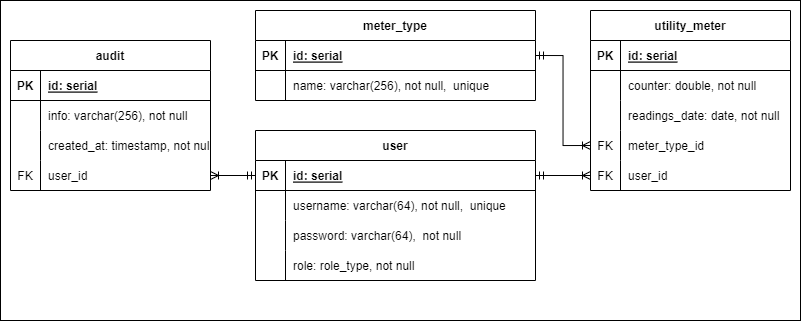
The draw.io diagram src/main/resources/MonitoringERD.png in E6L1PS/monitoring-api, before a commit. Source tidied: cells renumbered, new cells last; positions are measured from the earlier drawing's top-left corner, leaving out a move shared by most shapes.
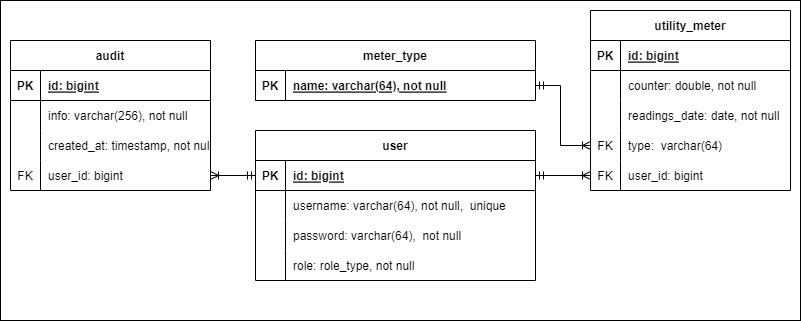
After the change.

Diff of the diagram source:
```diff
@@ -14,7 +14,7 @@
     <mxCell id="5" value="PK" style="shape=partialRectangle;fillColor=none;top=0;left=0;bottom=0;right=0;fontStyle=1;overflow=hidden;" parent="4" vertex="1">
       <mxGeometry width="30" height="30" as="geometry" />
     </mxCell>
-    <mxCell id="6" value="id: serial" style="shape=partialRectangle;fillColor=none;top=0;left=0;bottom=0;right=0;align=left;spacingLeft=6;fontStyle=5;overflow=hidden;" parent="4" vertex="1">
+    <mxCell id="6" value="id: bigint" style="shape=partialRectangle;fillColor=none;top=0;left=0;bottom=0;right=0;align=left;spacingLeft=6;fontStyle=5;overflow=hidden;" parent="4" vertex="1">
       <mxGeometry x="30" width="170" height="30" as="geometry" />
     </mxCell>
     <mxCell id="7" style="shape=tableRow;horizontal=0;startSize=0;swimlaneHead=0;swimlaneBody=0;fillColor=none;top=0;left=0;right=0;bottom=0;" parent="3" vertex="1">
@@ -41,7 +41,7 @@
     <mxCell id="14" value="FK" style="shape=partialRectangle;fillColor=none;top=0;left=0;bottom=0;right=0;overflow=hidden;" parent="13" vertex="1">
       <mxGeometry width="30" height="30" as="geometry" />
     </mxCell>
-    <mxCell id="15" value="user_id" style="shape=partialRectangle;fillColor=none;top=0;left=0;bottom=0;right=0;align=left;spacingLeft=6;overflow=hidden;" parent="13" vertex="1">
+    <mxCell id="15" value="user_id: bigint" style="shape=partialRectangle;fillColor=none;top=0;left=0;bottom=0;right=0;align=left;spacingLeft=6;overflow=hidden;" parent="13" vertex="1">
       <mxGeometry x="30" width="170" height="30" as="geometry" />
     </mxCell>
     <mxCell id="16" value="user" style="shape=table;startSize=30;rowLines=0;fontStyle=1;align=center;" parent="1" vertex="1">
@@ -53,7 +53,7 @@
     <mxCell id="18" value="PK" style="shape=partialRectangle;fillColor=none;top=0;left=0;bottom=0;right=0;fontStyle=1;overflow=hidden;" parent="17" vertex="1">
       <mxGeometry width="30" height="30" as="geometry" />
     </mxCell>
-    <mxCell id="19" value="id: serial" style="shape=partialRectangle;fillColor=none;top=0;left=0;bottom=0;right=0;align=left;spacingLeft=6;fontStyle=5;overflow=hidden;" parent="17" vertex="1">
+    <mxCell id="19" value="id: bigint" style="shape=partialRectangle;fillColor=none;top=0;left=0;bottom=0;right=0;align=left;spacingLeft=6;fontStyle=5;overflow=hidden;" parent="17" vertex="1">
       <mxGeometry x="30" width="250" height="30" as="geometry" />
     </mxCell>
     <mxCell id="20" style="shape=tableRow;horizontal=0;startSize=0;swimlaneHead=0;swimlaneBody=0;fillColor=none;top=0;left=0;right=0;bottom=0;" parent="16" vertex="1">
@@ -95,7 +95,7 @@
     <mxCell id="32" value="PK" style="shape=partialRectangle;fillColor=none;top=0;left=0;bottom=0;right=0;fontStyle=1;overflow=hidden;" parent="31" vertex="1">
       <mxGeometry width="30" height="30" as="geometry" />
     </mxCell>
-    <mxCell id="33" value="id: serial" style="shape=partialRectangle;fillColor=none;top=0;left=0;bottom=0;right=0;align=left;spacingLeft=6;fontStyle=5;overflow=hidden;" parent="31" vertex="1">
+    <mxCell id="33" value="id: bigint" style="shape=partialRectangle;fillColor=none;top=0;left=0;bottom=0;right=0;align=left;spacingLeft=6;fontStyle=5;overflow=hidden;" parent="31" vertex="1">
       <mxGeometry x="30" width="170" height="30" as="geometry" />
     </mxCell>
     <mxCell id="34" style="shape=tableRow;horizontal=0;startSize=0;swimlaneHead=0;swimlaneBody=0;fillColor=none;top=0;left=0;right=0;bottom=0;" parent="30" vertex="1">
@@ -122,7 +122,7 @@
     <mxCell id="41" value="FK" style="shape=partialRectangle;fillColor=none;top=0;left=0;bottom=0;right=0;overflow=hidden;" parent="40" vertex="1">
       <mxGeometry width="30" height="30" as="geometry" />
     </mxCell>
-    <mxCell id="42" value="meter_type_id" style="shape=partialRectangle;fillColor=none;top=0;left=0;bottom=0;right=0;align=left;spacingLeft=6;overflow=hidden;" parent="40" vertex="1">
+    <mxCell id="42" value="type:  varchar(64)" style="shape=partialRectangle;fillColor=none;top=0;left=0;bottom=0;right=0;align=left;spacingLeft=6;overflow=hidden;" parent="40" vertex="1">
       <mxGeometry x="30" width="170" height="30" as="geometry" />
     </mxCell>
     <mxCell id="43" style="shape=tableRow;horizontal=0;startSize=0;swimlaneHead=0;swimlaneBody=0;fillColor=none;points=[[0,0.5],[1,0.5]];portConstraint=eastwest;top=0;left=0;right=0;bottom=0;" parent="30" vertex="1">
@@ -131,11 +131,11 @@
     <mxCell id="44" value="FK" style="shape=partialRectangle;fillColor=none;top=0;left=0;bottom=0;right=0;overflow=hidden;" parent="43" vertex="1">
       <mxGeometry width="30" height="30" as="geometry" />
     </mxCell>
-    <mxCell id="45" value="user_id" style="shape=partialRectangle;fillColor=none;top=0;left=0;bottom=0;right=0;align=left;spacingLeft=6;overflow=hidden;" parent="43" vertex="1">
+    <mxCell id="45" value="user_id: bigint" style="shape=partialRectangle;fillColor=none;top=0;left=0;bottom=0;right=0;align=left;spacingLeft=6;overflow=hidden;" parent="43" vertex="1">
       <mxGeometry x="30" width="170" height="30" as="geometry" />
     </mxCell>
     <mxCell id="46" value="meter_type" style="shape=table;startSize=30;rowLines=0;fontStyle=1;align=center;" parent="1" vertex="1">
-      <mxGeometry x="255" y="10" width="280" height="90" as="geometry" />
+      <mxGeometry x="255" y="40" width="280" height="60" as="geometry" />
     </mxCell>
     <mxCell id="47" style="shape=tableRow;horizontal=0;startSize=0;swimlaneHead=0;swimlaneBody=0;fillColor=none;points=[[0,0.5],[1,0.5]];portConstraint=eastwest;top=0;left=0;right=0;bottom=1;" parent="46" vertex="1">
       <mxGeometry y="30" width="280" height="30" as="geometry" />
@@ -143,20 +143,16 @@
     <mxCell id="48" value="PK" style="shape=partialRectangle;fillColor=none;top=0;left=0;bottom=0;right=0;fontStyle=1;overflow=hidden;" parent="47" vertex="1">
       <mxGeometry width="30" height="30" as="geometry" />
     </mxCell>
-    <mxCell id="49" value="id: serial" style="shape=partialRectangle;fillColor=none;top=0;left=0;bottom=0;right=0;align=left;spacingLeft=6;fontStyle=5;overflow=hidden;" parent="47" vertex="1">
+    <mxCell id="49" value="name: varchar(64), not null" style="shape=partialRectangle;fillColor=none;top=0;left=0;bottom=0;right=0;align=left;spacingLeft=6;fontStyle=5;overflow=hidden;" parent="47" vertex="1">
       <mxGeometry x="30" width="250" height="30" as="geometry" />
     </mxCell>
-    <mxCell id="50" style="shape=tableRow;horizontal=0;startSize=0;swimlaneHead=0;swimlaneBody=0;fillColor=none;top=0;left=0;right=0;bottom=0;" parent="46" vertex="1">
-      <mxGeometry y="60" width="280" height="30" as="geometry" />
-    </mxCell>
-    <mxCell id="51" style="shape=partialRectangle;fillColor=none;top=0;left=0;bottom=0;right=0;overflow=hidden;" parent="50" vertex="1">
-      <mxGeometry width="30" height="30" as="geometry" />
-    </mxCell>
-    <mxCell id="52" value="name: varchar(256), not null,  unique" style="shape=partialRectangle;fillColor=none;top=0;left=0;bottom=0;right=0;align=left;spacingLeft=6;overflow=hidden;" parent="50" vertex="1">
-      <mxGeometry x="30" width="250" height="30" as="geometry" />
-    </mxCell>
     <mxCell id="53" style="edgeStyle=orthogonalEdgeStyle;rounded=0;jettySize=auto;html=1;entryX=1;entryY=0.5;entryDx=0;entryDy=0;endArrow=ERmandOne;endFill=0;startArrow=ERoneToMany;startFill=0;exitX=0;exitY=0.5;exitDx=0;exitDy=0;" parent="1" edge="1" source="40" target="47">
-      <mxGeometry relative="1" as="geometry" />
+      <mxGeometry relative="1" as="geometry">
+        <Array as="points">
+          <mxPoint x="560" y="145" />
+          <mxPoint x="560" y="85" />
+        </Array>
+      </mxGeometry>
     </mxCell>
     <mxCell id="54" style="edgeStyle=orthogonalEdgeStyle;rounded=0;jettySize=auto;html=1;endArrow=ERmandOne;endFill=0;startArrow=ERoneToMany;startFill=0;exitX=0;exitY=0.5;exitDx=0;exitDy=0;" parent="1" edge="1" source="43" target="17">
       <mxGeometry relative="1" as="geometry" />
```
